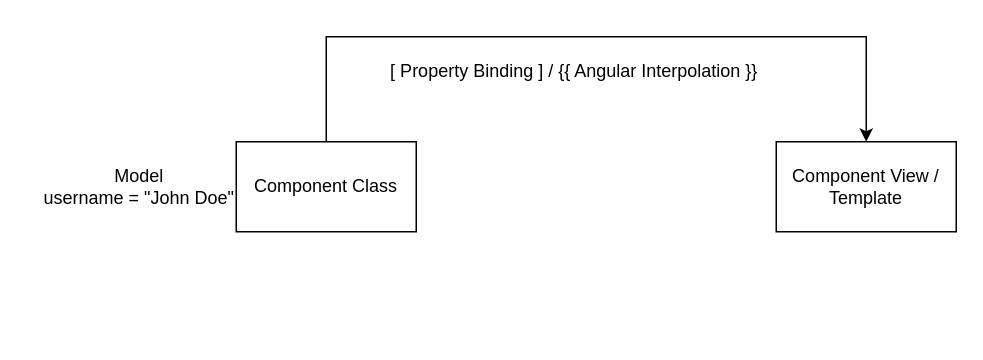
Above: page "Page-2" (2 of 2) of refs/ng-diagrams.drawio in synergy2411/dec-24-ng (draw.io), before the change. Source tidied: cells renumbered, new cells numbered last; positions are measured from the earlier drawing's top-left corner, leaving out a move shared by most shapes. Both pictures are drawn from the tidied source at 150%, with x=0, y=0 at pixel (26, 36).
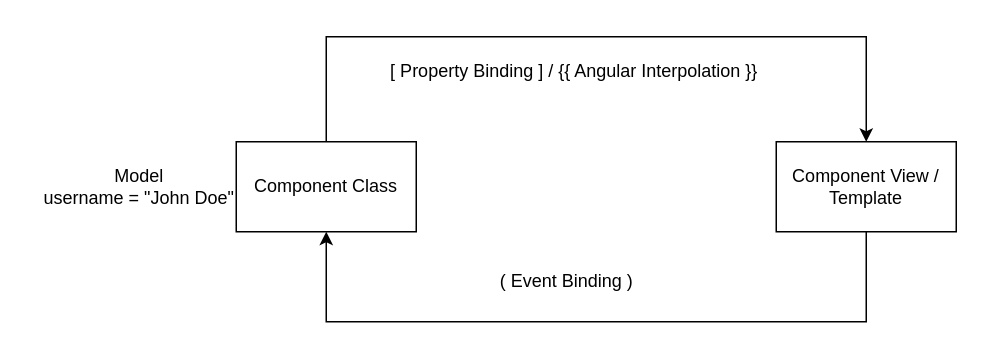
Above is the later version.

Change to the diagram source:
```diff
@@
 <mxGraphModel>
   <root>
     <mxCell id="0" />
     <mxCell id="1" parent="0" />
     <mxCell id="2" style="edgeStyle=orthogonalEdgeStyle;rounded=0;jettySize=auto;html=1;exitX=0.5;exitY=0;exitDx=0;exitDy=0;entryX=0.5;entryY=0;entryDx=0;entryDy=0;" parent="1" edge="1" source="3" target="4">
       <mxGeometry relative="1" as="geometry">
         <Array as="points">
           <mxPoint x="200" />
           <mxPoint x="560" />
         </Array>
       </mxGeometry>
     </mxCell>
     <mxCell id="3" value="Component Class" style="rounded=0;whiteSpace=wrap;html=1;" parent="1" vertex="1">
       <mxGeometry x="140" y="70" width="120" height="60" as="geometry" />
     </mxCell>
+    <mxCell id="7" style="edgeStyle=orthogonalEdgeStyle;rounded=0;jettySize=auto;html=1;exitX=0.5;exitY=1;exitDx=0;exitDy=0;entryX=0.5;entryY=1;entryDx=0;entryDy=0;" parent="1" edge="1" source="4" target="3">
+      <mxGeometry relative="1" as="geometry">
+        <Array as="points">
+          <mxPoint x="560" y="190" />
+          <mxPoint x="200" y="190" />
+        </Array>
+      </mxGeometry>
+    </mxCell>
     <mxCell id="4" value="Component View / Template" style="rounded=0;whiteSpace=wrap;html=1;" parent="1" vertex="1">
       <mxGeometry x="500" y="70" width="120" height="60" as="geometry" />
     </mxCell>
     <mxCell id="5" value="Model&lt;div&gt;username = &quot;John Doe&quot;&lt;/div&gt;" style="text;html=1;align=center;verticalAlign=middle;strokeColor=none;fillColor=none;" parent="1" vertex="1">
       <mxGeometry y="80" width="150" height="40" as="geometry" />
     </mxCell>
     <mxCell id="6" value="[ Property Binding ] / {{ Angular Interpolation }}" style="text;html=1;align=center;verticalAlign=middle;strokeColor=none;fillColor=none;" parent="1" vertex="1">
       <mxGeometry x="230" y="8" width="270" height="30" as="geometry" />
     </mxCell>
+    <mxCell id="8" value="( Event Binding )" style="text;html=1;align=center;verticalAlign=middle;strokeColor=none;fillColor=none;" parent="1" vertex="1">
+      <mxGeometry x="305" y="148" width="110" height="30" as="geometry" />
+    </mxCell>
   </root>
 </mxGraphModel>
```
